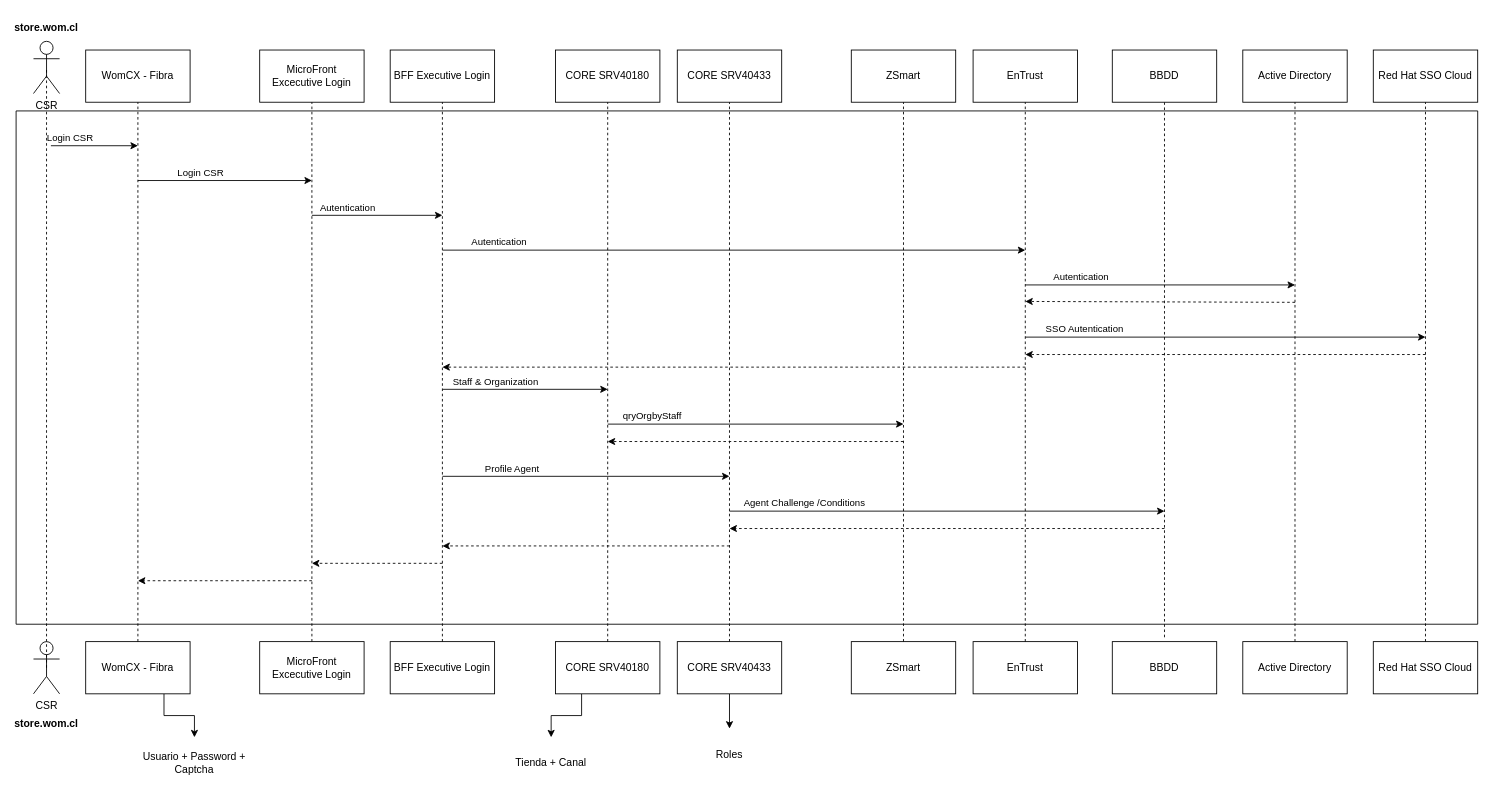
This is page "UML" (1 of 2) of LoginLayer.drawio from linosnt/womCX, a draw.io file, before an edit. Source tidied: cells renumbered, new cells numbered last; positions are measured from the earlier drawing's top-left corner, leaving out a move shared by most shapes. Both pictures are drawn from the tidied source at 87%, with x=0, y=0 at pixel (16, 15).
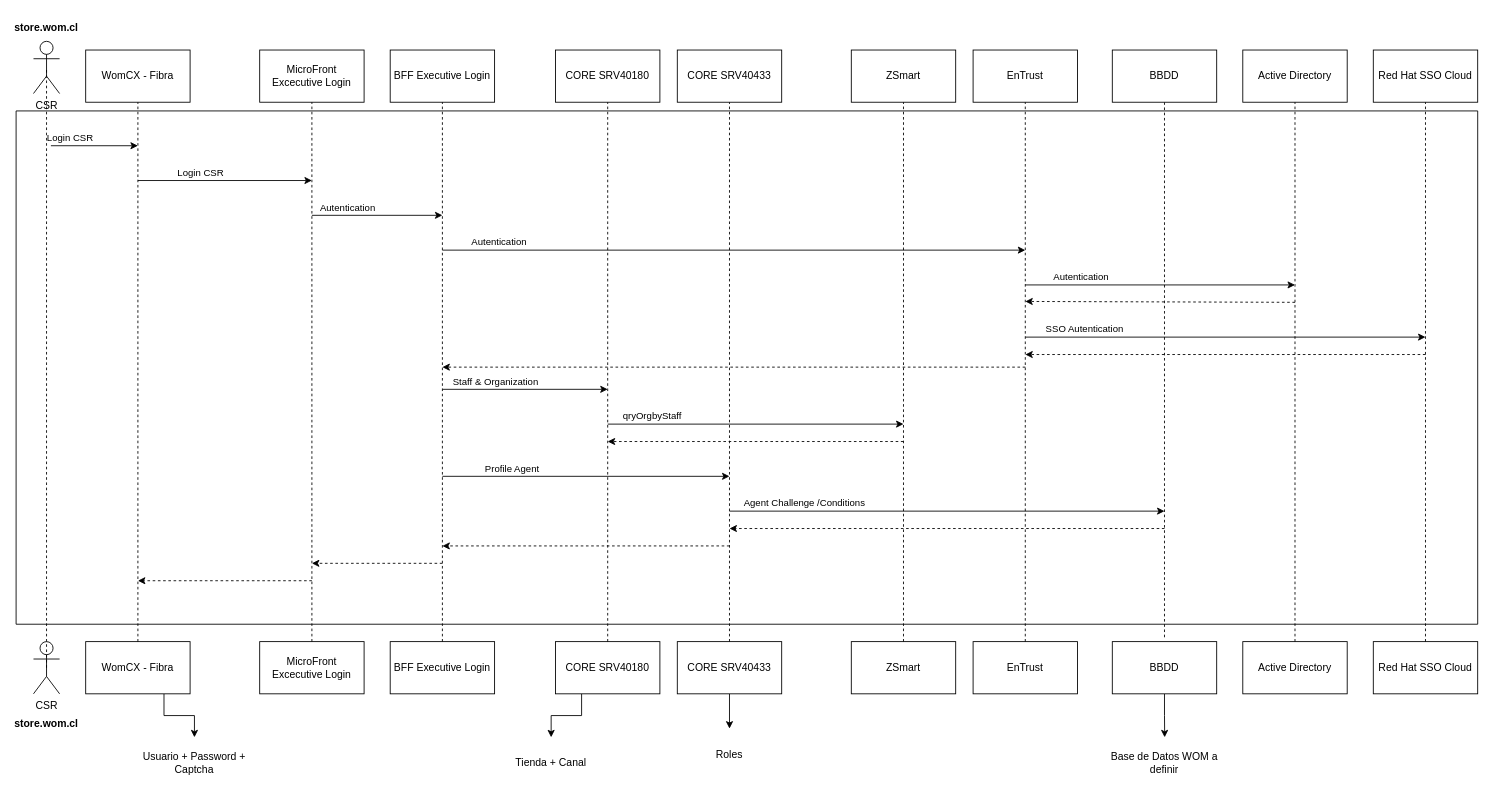
Above is the later version.

Unchanged cells that the change refers to:
```xml
<mxCell id="68" value="BBDD" style="rounded=0;whiteSpace=wrap;html=1;" parent="1" vertex="1">
  <mxGeometry x="1260" y="720" width="120" height="60" as="geometry" />
</mxCell>
```

Change to the diagram source:
```diff
@@
+    <mxCell id="70" style="edgeStyle=orthogonalEdgeStyle;rounded=0;jettySize=auto;html=1;exitX=0.5;exitY=1;exitDx=0;exitDy=0;" parent="1" edge="1" source="68">
+      <mxGeometry relative="1" as="geometry">
+        <mxPoint x="1320.2" y="830" as="targetPoint" />
+      </mxGeometry>
+    </mxCell>
@@
+    <mxCell id="71" value="Base de Datos WOM a definir" style="text;html=1;strokeColor=none;fillColor=none;align=center;verticalAlign=middle;whiteSpace=wrap;rounded=0;" parent="1" vertex="1">
+      <mxGeometry x="1245" y="830" width="150" height="60" as="geometry" />
+    </mxCell>
```
